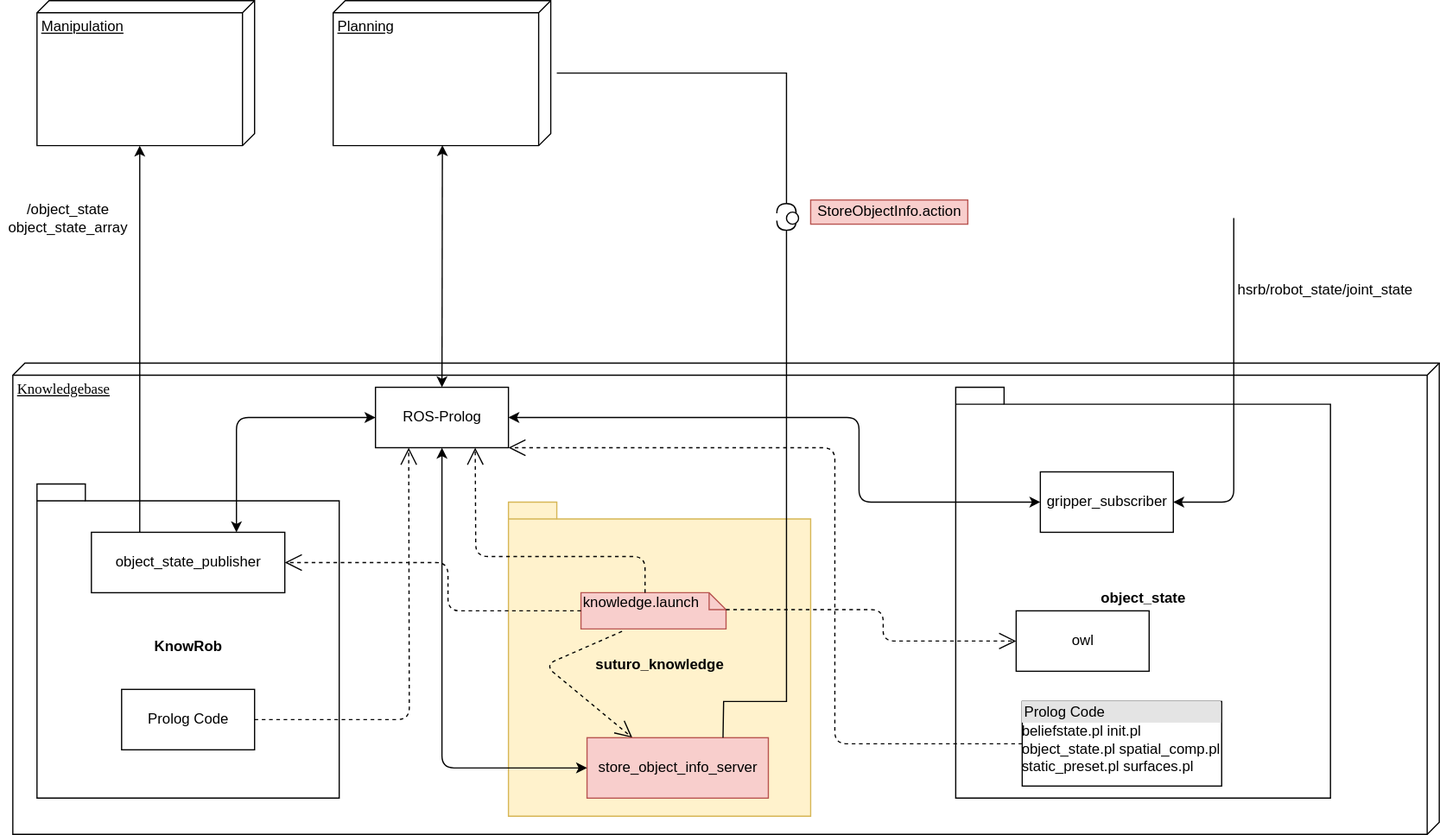
This is architecture/knowledge_architecture/knowledge.svg from SUTURO/suturo_resources, a draw.io export, as it was before one commit. Source tidied: cells renumbered, new cells last; positions are measured from the earlier drawing's top-left corner, leaving out a move shared by most shapes.
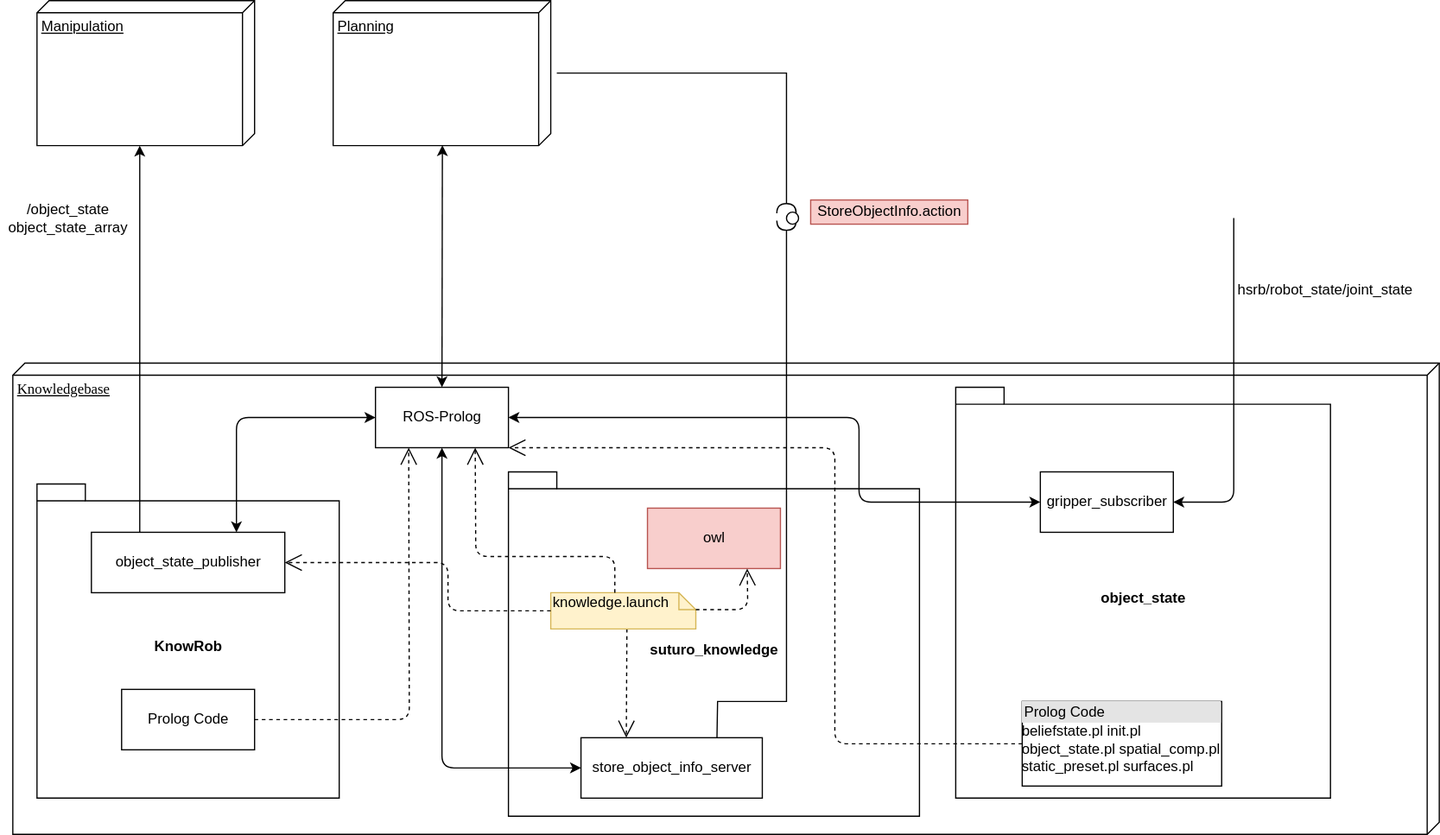
The same file after the commit.

Commit message:
add changed owl to knowledge diagramm

Diff of the diagram source:
```diff
@@ -5,14 +5,12 @@
     <mxCell id="2" value="Knowledgebase" style="verticalAlign=top;align=left;spacingTop=8;spacingLeft=2;spacingRight=12;shape=cube;size=10;direction=south;fontStyle=4;html=1;rounded=0;shadow=0;comic=0;labelBackgroundColor=none;strokeWidth=1;fontFamily=Verdana;fontSize=12;" parent="1" vertex="1">
       <mxGeometry x="10" y="300" width="1180" height="390" as="geometry" />
     </mxCell>
-    <mxCell id="3" value="suturo_knowledge" style="shape=folder;fontStyle=1;spacingTop=10;tabWidth=40;tabHeight=14;tabPosition=left;html=1;fillColor=#fff2cc;strokeColor=#d6b656;" parent="1" vertex="1">
-      <mxGeometry x="420" y="415" width="250" height="260" as="geometry" />
+    <mxCell id="3" value="suturo_knowledge" style="shape=folder;fontStyle=1;spacingTop=10;tabWidth=40;tabHeight=14;tabPosition=left;html=1;" parent="1" vertex="1">
+      <mxGeometry x="420" y="390" width="340" height="285" as="geometry" />
     </mxCell>
-    <mxCell id="4" style="endArrow=open;endSize=12;dashed=1;html=1;exitX=0.283;exitY=1.067;exitDx=0;exitDy=0;exitPerimeter=0;entryX=0.25;entryY=0;entryDx=0;entryDy=0;" parent="1" edge="1" source="17" target="15">
+    <mxCell id="4" style="endArrow=open;endSize=12;dashed=1;html=1;entryX=0.25;entryY=0;entryDx=0;entryDy=0;" parent="1" edge="1" target="15">
       <mxGeometry x="0.27" y="39" relative="1" as="geometry">
-        <Array as="points">
-          <mxPoint x="450" y="550" />
-        </Array>
+        <mxPoint x="518" y="520" as="sourcePoint" />
       </mxGeometry>
     </mxCell>
     <mxCell id="5" value="ROS-Prolog" style="html=1;" parent="1" vertex="1">
@@ -54,8 +52,8 @@
     <mxCell id="14" value="object_state" style="shape=folder;fontStyle=1;spacingTop=10;tabWidth=40;tabHeight=14;tabPosition=left;html=1;" parent="1" vertex="1">
       <mxGeometry x="790" y="320" width="310" height="340" as="geometry" />
     </mxCell>
-    <mxCell id="15" value="store_object_info_server" style="html=1;fillColor=#f8cecc;strokeColor=#b85450;" parent="1" vertex="1">
-      <mxGeometry x="485" y="610" width="150" height="50" as="geometry" />
+    <mxCell id="15" value="store_object_info_server" style="html=1;" parent="1" vertex="1">
+      <mxGeometry x="480" y="610" width="150" height="50" as="geometry" />
     </mxCell>
     <mxCell id="16" style="endArrow=classic;startArrow=classic;html=1;entryX=0;entryY=0.5;entryDx=0;entryDy=0;exitX=0.5;exitY=1;exitDx=0;exitDy=0;" parent="1" edge="1" source="5" target="15">
       <mxGeometry relative="1" as="geometry">
@@ -64,8 +62,8 @@
         </Array>
       </mxGeometry>
     </mxCell>
-    <mxCell id="17" value="knowledge.launch" style="shape=note;whiteSpace=wrap;html=1;size=14;verticalAlign=top;align=left;spacingTop=-6;fillColor=#f8cecc;strokeColor=#b85450;" parent="1" vertex="1">
-      <mxGeometry x="480" y="490" width="120" height="30" as="geometry" />
+    <mxCell id="17" value="knowledge.launch" style="shape=note;whiteSpace=wrap;html=1;size=14;verticalAlign=top;align=left;spacingTop=-6;fillColor=#fff2cc;strokeColor=#d6b656;" parent="1" vertex="1">
+      <mxGeometry x="455" y="490" width="120" height="30" as="geometry" />
     </mxCell>
     <mxCell id="18" value="&lt;div style=&quot;box-sizing: border-box ; width: 100% ; background: #e4e4e4 ; padding: 2px&quot;&gt;Prolog Code&lt;/div&gt;beliefstate.pl init.pl&lt;br&gt;object_state.pl spatial_comp.pl&lt;br&gt;static_preset.pl surfaces.pl" style="verticalAlign=top;align=left;overflow=fill;html=1;" parent="1" vertex="1">
       <mxGeometry x="845" y="580" width="165" height="70" as="geometry" />
@@ -81,7 +79,7 @@
     <mxCell id="20" style="endArrow=open;endSize=12;dashed=1;html=1;exitX=0;exitY=0;exitDx=53;exitDy=0;exitPerimeter=0;entryX=0.75;entryY=1;entryDx=0;entryDy=0;" parent="1" edge="1" source="17" target="5">
       <mxGeometry x="0.27" y="39" relative="1" as="geometry">
         <Array as="points">
-          <mxPoint x="533" y="460" />
+          <mxPoint x="508" y="460" />
           <mxPoint x="393" y="460" />
         </Array>
       </mxGeometry>
@@ -105,14 +103,13 @@
         </Array>
       </mxGeometry>
     </mxCell>
-    <mxCell id="24" value="owl" style="html=1;" parent="1" vertex="1">
-      <mxGeometry x="840" y="505" width="110" height="50" as="geometry" />
+    <mxCell id="24" value="owl" style="html=1;fillColor=#f8cecc;strokeColor=#b85450;" parent="1" vertex="1">
+      <mxGeometry x="535" y="420" width="110" height="50" as="geometry" />
     </mxCell>
-    <mxCell id="25" style="endArrow=open;endSize=12;dashed=1;html=1;entryX=0;entryY=0.5;entryDx=0;entryDy=0;exitX=0;exitY=0;exitDx=120;exitDy=14;exitPerimeter=0;" parent="1" edge="1" source="17" target="24">
+    <mxCell id="25" style="endArrow=open;endSize=12;dashed=1;html=1;entryX=0.75;entryY=1;entryDx=0;entryDy=0;exitX=0;exitY=0;exitDx=120;exitDy=14;exitPerimeter=0;" parent="1" edge="1" source="17" target="24">
       <mxGeometry x="1" y="220" relative="1" as="geometry">
         <Array as="points">
-          <mxPoint x="730" y="504" />
-          <mxPoint x="730" y="530" />
+          <mxPoint x="618" y="504" />
         </Array>
         <mxPoint x="169" y="214" as="offset" />
       </mxGeometry>
@@ -141,7 +138,7 @@
     <mxCell id="30" style="rounded=0;jettySize=auto;html=1;endArrow=halfCircle;endFill=0;endSize=6;strokeWidth=1;exitX=0.75;exitY=0;exitDx=0;exitDy=0;entryX=0;entryY=0.7;entryDx=0;entryDy=0;entryPerimeter=0;" parent="1" edge="1" source="15" target="32">
       <mxGeometry relative="1" as="geometry">
         <Array as="points">
-          <mxPoint x="598" y="580" />
+          <mxPoint x="593" y="580" />
           <mxPoint x="650" y="580" />
         </Array>
       </mxGeometry>
```
